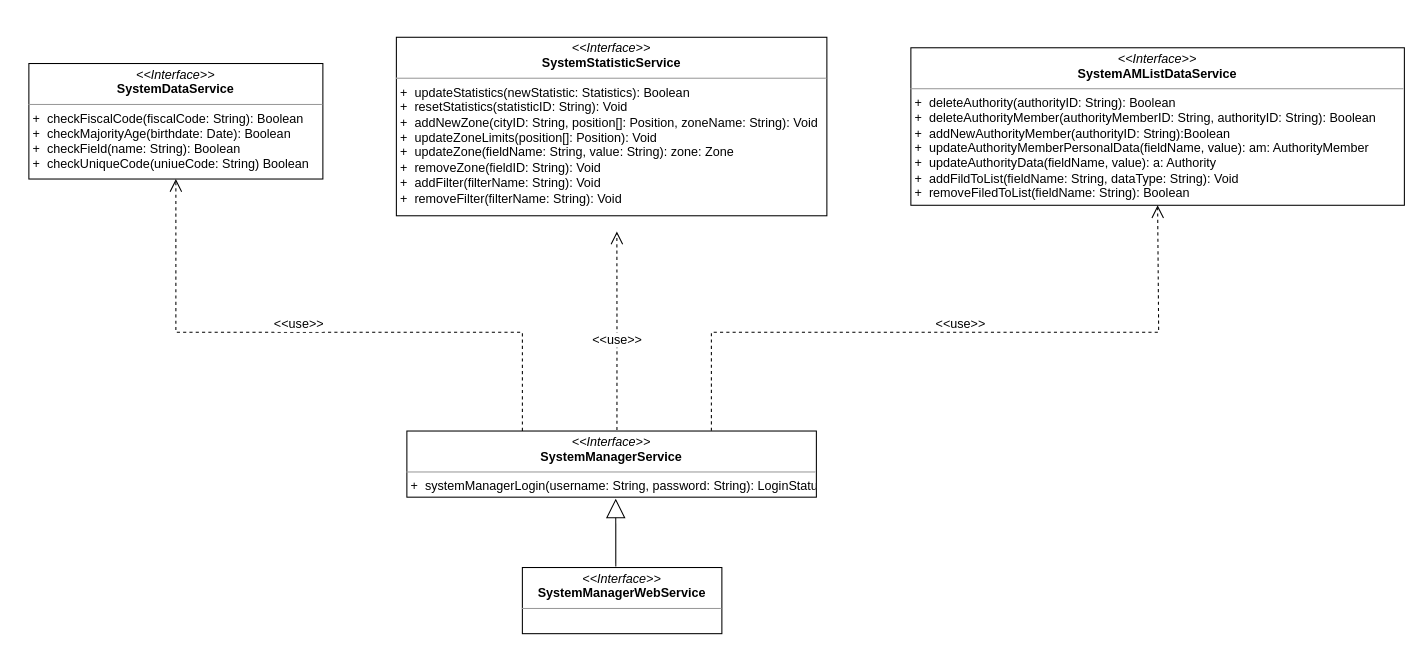
The draw.io diagram DD/systemManagerComponentInterface.drawio in valearm/SafeStreets-Project-SE2, before the edit. Source tidied: cells renumbered, new cells numbered last; positions are measured from the earlier drawing's top-left corner, leaving out a move shared by most shapes. Both pictures are drawn from the tidied source at 105%, with x=0, y=0 at pixel (28, 37).
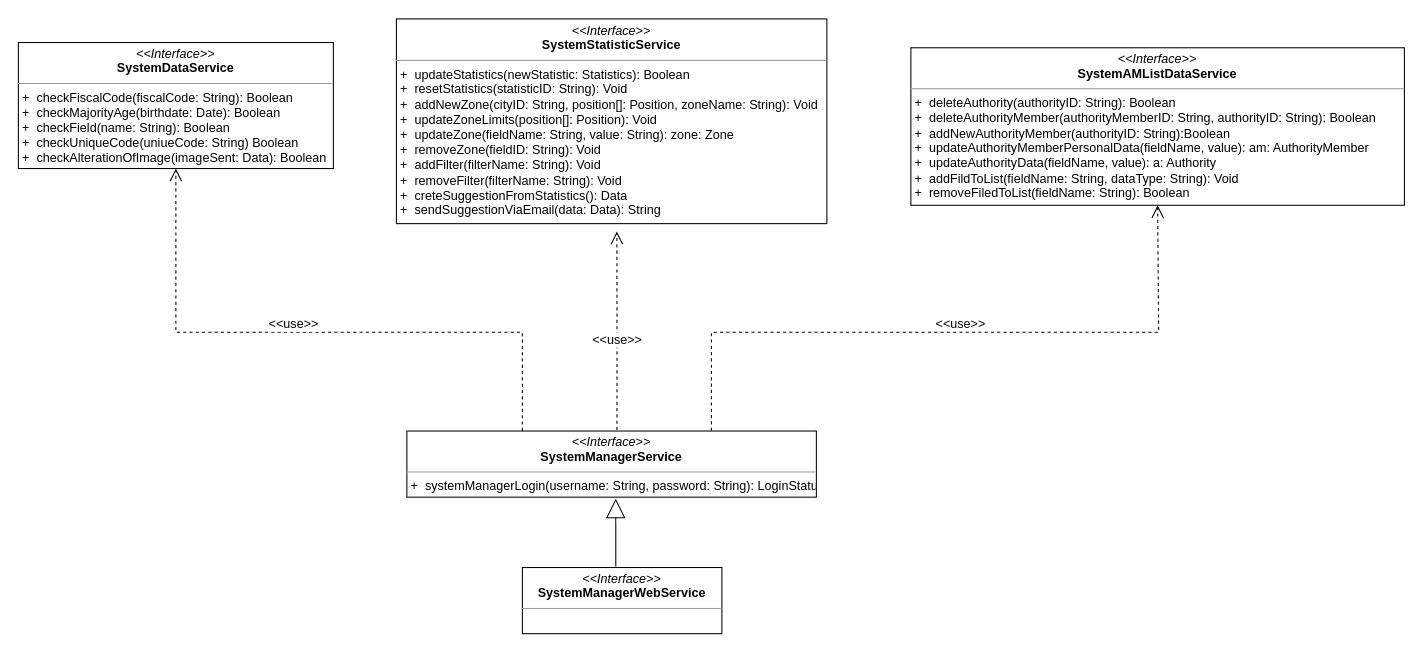
Above is the later version.

What changed in the source:
```diff
@@
 <mxGraphModel background="#ffffff">
   <root>
     <mxCell id="0" />
     <mxCell id="1" parent="0" />
-    <mxCell id="2" value="&lt;p style=&quot;margin: 0px ; margin-top: 4px ; text-align: center&quot;&gt;&lt;i&gt;&amp;lt;&amp;lt;Interface&amp;gt;&amp;gt;&lt;/i&gt;&lt;br&gt;&lt;b&gt;SystemDataService&lt;/b&gt;&lt;/p&gt;&lt;hr size=&quot;1&quot;&gt;&lt;p style=&quot;margin: 0px ; margin-left: 4px&quot;&gt;+&amp;nbsp; checkFiscalCode(fiscalCode: String): Boolean&lt;br&gt;&lt;/p&gt;&lt;p style=&quot;margin: 0px ; margin-left: 4px&quot;&gt;+&amp;nbsp; checkMajorityAge(birthdate: Date): Boolean&lt;/p&gt;&lt;p style=&quot;margin: 0px ; margin-left: 4px&quot;&gt;+&amp;nbsp; checkField(name: String): Boolean&lt;/p&gt;&lt;p style=&quot;margin: 0px ; margin-left: 4px&quot;&gt;+&amp;nbsp; checkUniqueCode(uniueCode: String) Boolean&lt;/p&gt;" style="verticalAlign=top;align=left;overflow=fill;fontSize=12;fontFamily=Helvetica;html=1;rounded=0;shadow=0;comic=0;labelBackgroundColor=none;strokeWidth=1;" parent="1" vertex="1">
-      <mxGeometry y="25" width="280" height="110" as="geometry" />
+    <mxCell id="2" value="&lt;p style=&quot;margin: 0px ; margin-top: 4px ; text-align: center&quot;&gt;&lt;i&gt;&amp;lt;&amp;lt;Interface&amp;gt;&amp;gt;&lt;/i&gt;&lt;br&gt;&lt;b&gt;SystemDataService&lt;/b&gt;&lt;/p&gt;&lt;hr size=&quot;1&quot;&gt;&lt;p style=&quot;margin: 0px ; margin-left: 4px&quot;&gt;+&amp;nbsp; checkFiscalCode(fiscalCode: String): Boolean&lt;br&gt;&lt;/p&gt;&lt;p style=&quot;margin: 0px ; margin-left: 4px&quot;&gt;+&amp;nbsp; checkMajorityAge(birthdate: Date): Boolean&lt;/p&gt;&lt;p style=&quot;margin: 0px ; margin-left: 4px&quot;&gt;+&amp;nbsp; checkField(name: String): Boolean&lt;/p&gt;&lt;p style=&quot;margin: 0px ; margin-left: 4px&quot;&gt;+&amp;nbsp; checkUniqueCode(uniueCode: String) Boolean&lt;/p&gt;&lt;p style=&quot;margin: 0px ; margin-left: 4px&quot;&gt;+&amp;nbsp; checkAlterationOfImage(imageSent: Data): Boolean&lt;/p&gt;" style="verticalAlign=top;align=left;overflow=fill;fontSize=12;fontFamily=Helvetica;html=1;rounded=0;shadow=0;comic=0;labelBackgroundColor=none;strokeWidth=1;" parent="1" vertex="1">
+      <mxGeometry x="-10" y="5" width="300" height="120" as="geometry" />
     </mxCell>
     <mxCell id="3" value="&lt;p style=&quot;margin: 0px ; margin-top: 4px ; text-align: center&quot;&gt;&lt;i&gt;&amp;lt;&amp;lt;Interface&amp;gt;&amp;gt;&lt;/i&gt;&lt;br&gt;&lt;b&gt;SystemManagerService&lt;/b&gt;&lt;/p&gt;&lt;hr size=&quot;1&quot;&gt;&lt;p style=&quot;margin: 0px ; margin-left: 4px&quot;&gt;+&amp;nbsp; systemManagerLogin(username: String, password: String): LoginStatus&lt;br&gt;&lt;/p&gt;&lt;hr size=&quot;1&quot;&gt;" style="verticalAlign=top;align=left;overflow=fill;fontSize=12;fontFamily=Helvetica;html=1;rounded=0;shadow=0;comic=0;labelBackgroundColor=none;strokeWidth=1;" parent="1" vertex="1">
       <mxGeometry x="360" y="375" width="390" height="63" as="geometry" />
     </mxCell>
     <mxCell id="4" style="edgeStyle=orthogonalEdgeStyle;rounded=0;html=1;dashed=1;labelBackgroundColor=none;startFill=0;endArrow=open;endFill=0;endSize=10;fontFamily=Verdana;fontSize=10;exitX=0.513;exitY=-0.014;exitDx=0;exitDy=0;exitPerimeter=0;" parent="1" edge="1" source="3">
       <mxGeometry relative="1" as="geometry">
         <mxPoint x="560" y="185" as="targetPoint" />
       </mxGeometry>
     </mxCell>
     <mxCell id="5" value="&lt;p style=&quot;margin: 0px ; margin-top: 4px ; text-align: center&quot;&gt;&lt;i&gt;&amp;lt;&amp;lt;Interface&amp;gt;&amp;gt;&lt;/i&gt;&lt;br&gt;&lt;b&gt;SystemAMListDataService&lt;/b&gt;&lt;/p&gt;&lt;hr size=&quot;1&quot;&gt;&lt;p style=&quot;margin: 0px ; margin-left: 4px&quot;&gt;+&amp;nbsp; deleteAuthority(authorityID: String): Boolean&lt;br&gt;&lt;/p&gt;&lt;p style=&quot;margin: 0px ; margin-left: 4px&quot;&gt;+&amp;nbsp; deleteAuthorityMember(authorityMemberID: String, authorityID: String): Boolean&lt;br&gt;&lt;/p&gt;&lt;p style=&quot;margin: 0px ; margin-left: 4px&quot;&gt;+&amp;nbsp; addNewAuthorityMember(authorityID: String):Boolean&lt;/p&gt;&lt;p style=&quot;margin: 0px ; margin-left: 4px&quot;&gt;+&amp;nbsp; updateAuthorityMemberPersonalData(fieldName, value): am: AuthorityMember&lt;br&gt;&lt;/p&gt;&lt;p style=&quot;margin: 0px ; margin-left: 4px&quot;&gt;+&amp;nbsp; updateAuthorityData(fieldName, value): a: Authority&lt;/p&gt;&lt;p style=&quot;margin: 0px ; margin-left: 4px&quot;&gt;+&amp;nbsp; addFildToList(fieldName: String, dataType: String): Void&lt;br&gt;&lt;/p&gt;&lt;p style=&quot;margin: 0px ; margin-left: 4px&quot;&gt;+&amp;nbsp; removeFiledToList(fieldName: String): Boolean&lt;br&gt;&lt;/p&gt;&lt;p style=&quot;margin: 0px ; margin-left: 4px&quot;&gt;&lt;br&gt;&lt;/p&gt;" style="verticalAlign=top;align=left;overflow=fill;fontSize=12;fontFamily=Helvetica;html=1;rounded=0;shadow=0;comic=0;labelBackgroundColor=none;strokeWidth=1;" parent="1" vertex="1">
       <mxGeometry x="840" y="10" width="470" height="150" as="geometry" />
     </mxCell>
-    <mxCell id="6" value="&lt;p style=&quot;margin: 0px ; margin-top: 4px ; text-align: center&quot;&gt;&lt;i&gt;&amp;lt;&amp;lt;Interface&amp;gt;&amp;gt;&lt;/i&gt;&lt;br&gt;&lt;b&gt;SystemStatisticService&lt;/b&gt;&lt;/p&gt;&lt;hr size=&quot;1&quot;&gt;&lt;p style=&quot;margin: 0px ; margin-left: 4px&quot;&gt;+&amp;nbsp; updateStatistics(newStatistic: Statistics): Boolean&lt;/p&gt;&lt;p style=&quot;margin: 0px ; margin-left: 4px&quot;&gt;+&amp;nbsp; resetStatistics(statisticID: String): Void&lt;/p&gt;&lt;p style=&quot;margin: 0px ; margin-left: 4px&quot;&gt;+&amp;nbsp; addNewZone(cityID: String, position[]: Position, zoneName: String): Void&lt;/p&gt;&lt;p style=&quot;margin: 0px ; margin-left: 4px&quot;&gt;+&amp;nbsp; updateZoneLimits(position[]: Position): Void&lt;/p&gt;&lt;p style=&quot;margin: 0px ; margin-left: 4px&quot;&gt;+&amp;nbsp; updateZone(fieldName: String, value: String): zone: Zone&lt;/p&gt;&lt;p style=&quot;margin: 0px ; margin-left: 4px&quot;&gt;+&amp;nbsp; removeZone(fieldID: String): Void&lt;/p&gt;&lt;p style=&quot;margin: 0px ; margin-left: 4px&quot;&gt;+&amp;nbsp; addFilter(filterName: String): Void&lt;/p&gt;&lt;p style=&quot;margin: 0px ; margin-left: 4px&quot;&gt;+&amp;nbsp; removeFilter(filterName: String): Void&lt;/p&gt;" style="verticalAlign=top;align=left;overflow=fill;fontSize=12;fontFamily=Helvetica;html=1;rounded=0;shadow=0;comic=0;labelBackgroundColor=none;strokeWidth=1;" parent="1" vertex="1">
-      <mxGeometry x="350" width="410" height="170" as="geometry" />
+    <mxCell id="6" value="&lt;p style=&quot;margin: 0px ; margin-top: 4px ; text-align: center&quot;&gt;&lt;i&gt;&amp;lt;&amp;lt;Interface&amp;gt;&amp;gt;&lt;/i&gt;&lt;br&gt;&lt;b&gt;SystemStatisticService&lt;/b&gt;&lt;/p&gt;&lt;hr size=&quot;1&quot;&gt;&lt;p style=&quot;margin: 0px ; margin-left: 4px&quot;&gt;+&amp;nbsp; updateStatistics(newStatistic: Statistics): Boolean&lt;/p&gt;&lt;p style=&quot;margin: 0px ; margin-left: 4px&quot;&gt;+&amp;nbsp; resetStatistics(statisticID: String): Void&lt;/p&gt;&lt;p style=&quot;margin: 0px ; margin-left: 4px&quot;&gt;+&amp;nbsp; addNewZone(cityID: String, position[]: Position, zoneName: String): Void&lt;/p&gt;&lt;p style=&quot;margin: 0px ; margin-left: 4px&quot;&gt;+&amp;nbsp; updateZoneLimits(position[]: Position): Void&lt;/p&gt;&lt;p style=&quot;margin: 0px ; margin-left: 4px&quot;&gt;+&amp;nbsp; updateZone(fieldName: String, value: String): zone: Zone&lt;/p&gt;&lt;p style=&quot;margin: 0px ; margin-left: 4px&quot;&gt;+&amp;nbsp; removeZone(fieldID: String): Void&lt;/p&gt;&lt;p style=&quot;margin: 0px ; margin-left: 4px&quot;&gt;+&amp;nbsp; addFilter(filterName: String): Void&lt;/p&gt;&lt;p style=&quot;margin: 0px ; margin-left: 4px&quot;&gt;+&amp;nbsp; removeFilter(filterName: String): Void&lt;/p&gt;&lt;p style=&quot;margin: 0px ; margin-left: 4px&quot;&gt;+&amp;nbsp; creteSuggestionFromStatistics(): Data&lt;/p&gt;&lt;p style=&quot;margin: 0px ; margin-left: 4px&quot;&gt;+&amp;nbsp; sendSuggestionViaEmail(data: Data): String&lt;br&gt;&lt;/p&gt;" style="verticalAlign=top;align=left;overflow=fill;fontSize=12;fontFamily=Helvetica;html=1;rounded=0;shadow=0;comic=0;labelBackgroundColor=none;strokeWidth=1;" parent="1" vertex="1">
+      <mxGeometry x="350" y="-17.5" width="410" height="195" as="geometry" />
     </mxCell>
     <mxCell id="7" style="edgeStyle=orthogonalEdgeStyle;rounded=0;html=1;dashed=1;labelBackgroundColor=none;startFill=0;endArrow=open;endFill=0;endSize=10;fontFamily=Verdana;fontSize=10;entryX=0.5;entryY=1;entryDx=0;entryDy=0;" parent="1" edge="1" target="2">
       <mxGeometry relative="1" as="geometry">
         <mxPoint x="470" y="374.9" as="sourcePoint" />
         <Array as="points">
           <mxPoint x="470" y="281" />
           <mxPoint x="140" y="281" />
         </Array>
       </mxGeometry>
     </mxCell>
     <mxCell id="8" value="&amp;lt;&amp;lt;use&amp;gt;&amp;gt;" style="text;html=1;align=center;verticalAlign=middle;labelBackgroundColor=#ffffff;" parent="7" vertex="1">
       <mxGeometry x="0.09" y="2" relative="1" as="geometry">
         <mxPoint x="3.5" y="-10.5" as="offset" />
       </mxGeometry>
     </mxCell>
     <mxCell id="9" style="edgeStyle=orthogonalEdgeStyle;rounded=0;html=1;dashed=1;labelBackgroundColor=none;startFill=0;endArrow=open;endFill=0;endSize=10;fontFamily=Verdana;fontSize=10;entryX=0.5;entryY=1;entryDx=0;entryDy=0;" parent="1" edge="1" target="5">
       <mxGeometry relative="1" as="geometry">
         <mxPoint x="650" y="374.8" as="sourcePoint" />
         <Array as="points">
           <mxPoint x="650" y="281" />
           <mxPoint x="1076" y="281" />
         </Array>
       </mxGeometry>
     </mxCell>
     <mxCell id="10" value="&amp;lt;&amp;lt;use&amp;gt;&amp;gt;" style="text;html=1;" parent="1" vertex="1">
       <mxGeometry x="862" y="259" width="40" height="30" as="geometry" />
     </mxCell>
     <mxCell id="11" value="&amp;lt;&amp;lt;use&amp;gt;&amp;gt;" style="text;html=1;labelBackgroundColor=#ffffff;" parent="1" vertex="1">
       <mxGeometry x="535" y="275" width="40" height="28" as="geometry" />
     </mxCell>
     <mxCell id="12" value="&lt;p style=&quot;margin: 0px ; margin-top: 4px ; text-align: center&quot;&gt;&lt;i&gt;&amp;lt;&amp;lt;Interface&amp;gt;&amp;gt;&lt;/i&gt;&lt;br&gt;&lt;b&gt;SystemManagerWebService&lt;/b&gt;&lt;/p&gt;&lt;hr size=&quot;1&quot;&gt;" style="verticalAlign=top;align=left;overflow=fill;fontSize=12;fontFamily=Helvetica;html=1;rounded=0;shadow=0;comic=0;labelBackgroundColor=none;strokeWidth=1;" parent="1" vertex="1">
       <mxGeometry x="470" y="505" width="190" height="63" as="geometry" />
     </mxCell>
     <mxCell id="13" style="endArrow=block;endSize=16;endFill=0;html=1;entryX=0.51;entryY=1.022;entryDx=0;entryDy=0;entryPerimeter=0;" parent="1" edge="1" target="3">
       <mxGeometry relative="1" as="geometry">
         <mxPoint x="559" y="504" as="sourcePoint" />
       </mxGeometry>
     </mxCell>
   </root>
 </mxGraphModel>
```
